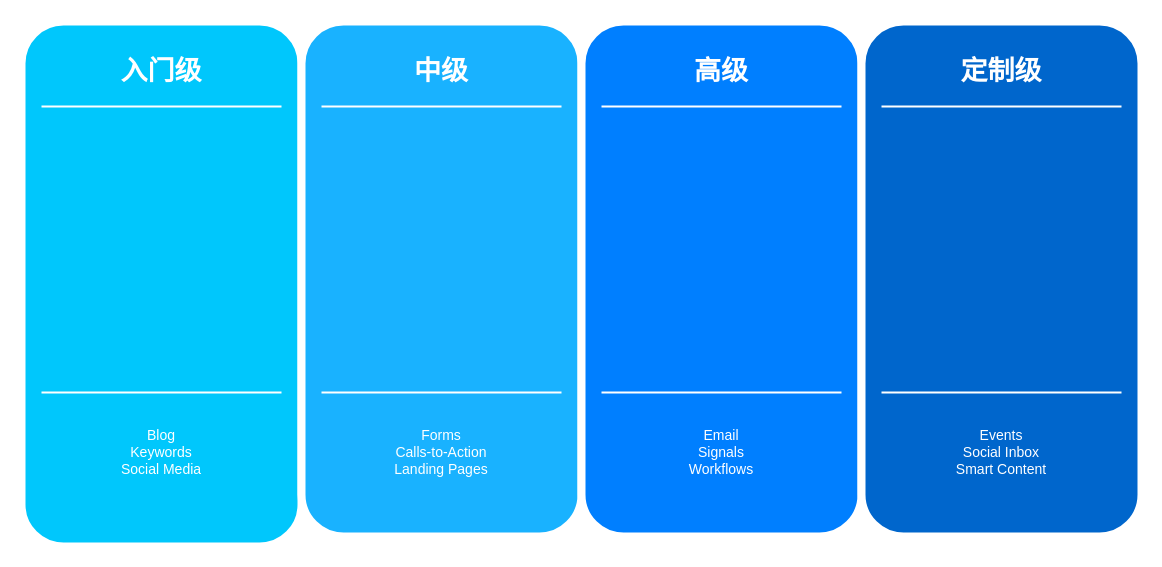
This is 商城架构分级图.drawio from xiaoming728/draw, a draw.io file, before an edit. Source tidied: cells renumbered, new cells numbered last; positions are measured from the earlier drawing's top-left corner, leaving out a move shared by most shapes. Both pictures are drawn from the tidied source at 100%, with x=0, y=0 at pixel (21, 21).
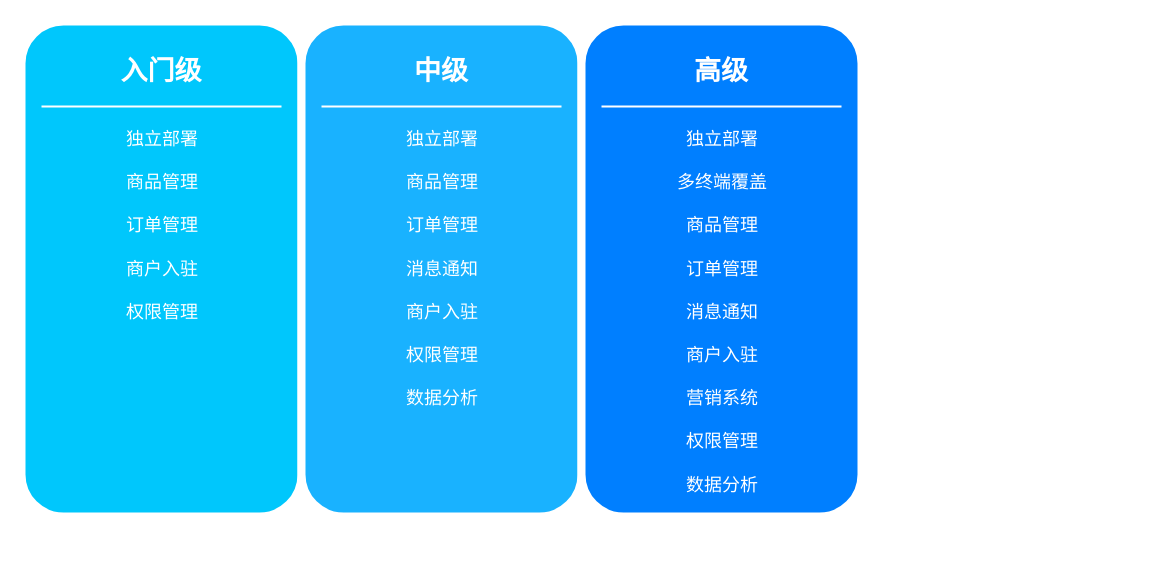
The same diagram, later.

Commit message (it also covers changes not shown here):
更新商城架构分级图.drawio

What changed in the source:
```diff
@@
     <mxCell id="2" style="whiteSpace=wrap;html=1;rounded=1;shadow=0;strokeWidth=8;fontSize=20;align=center;fillColor=#00c7fc;strokeColor=#FFFFFF;" parent="1" vertex="1">
-      <mxGeometry width="280" height="525" as="geometry" />
+      <mxGeometry width="280" height="495" as="geometry" />
     </mxCell>
@@
-    <mxCell id="4" value="Blog&lt;div&gt;Keywords&lt;/div&gt;&lt;div&gt;Social Media&lt;/div&gt;" style="text;html=1;strokeColor=none;fillColor=none;align=center;verticalAlign=middle;whiteSpace=wrap;rounded=0;shadow=0;fontSize=14;fontColor=#FFFFFF;" parent="1" vertex="1">
-      <mxGeometry y="386" width="280" height="90" as="geometry" />
-    </mxCell>
@@
-    <mxCell id="6" style="line;strokeWidth=2;html=1;rounded=0;shadow=0;fontSize=27;align=center;fillColor=none;strokeColor=#FFFFFF;" parent="1" vertex="1">
-      <mxGeometry x="20" y="366" width="240" height="10" as="geometry" />
-    </mxCell>
     <mxCell id="7" style="whiteSpace=wrap;html=1;rounded=1;shadow=0;strokeWidth=8;fontSize=20;align=center;fillColor=#19B2FF;strokeColor=#FFFFFF;" parent="1" vertex="1">
-      <mxGeometry x="280" width="280" height="515" as="geometry" />
+      <mxGeometry x="280" width="280" height="495" as="geometry" />
     </mxCell>
@@
-    <mxCell id="9" value="Forms&lt;div&gt;Calls-to-Action&lt;/div&gt;&lt;div&gt;Landing Pages&lt;/div&gt;" style="text;html=1;strokeColor=none;fillColor=none;align=center;verticalAlign=middle;whiteSpace=wrap;rounded=0;shadow=0;fontSize=14;fontColor=#FFFFFF;" parent="1" vertex="1">
-      <mxGeometry x="280" y="386" width="280" height="90" as="geometry" />
-    </mxCell>
@@
-    <mxCell id="11" style="line;strokeWidth=2;html=1;rounded=0;shadow=0;fontSize=27;align=center;fillColor=none;strokeColor=#FFFFFF;" parent="1" vertex="1">
-      <mxGeometry x="300" y="366" width="240" height="10" as="geometry" />
-    </mxCell>
     <mxCell id="12" style="whiteSpace=wrap;html=1;rounded=1;shadow=0;strokeWidth=8;fontSize=20;align=center;fillColor=#007FFF;strokeColor=#FFFFFF;" parent="1" vertex="1">
-      <mxGeometry x="560" width="280" height="515" as="geometry" />
+      <mxGeometry x="560" width="280" height="495" as="geometry" />
     </mxCell>
@@
-    <mxCell id="14" value="Email&lt;div&gt;Signals&lt;/div&gt;&lt;div&gt;Workflows&lt;/div&gt;" style="text;html=1;strokeColor=none;fillColor=none;align=center;verticalAlign=middle;whiteSpace=wrap;rounded=0;shadow=0;fontSize=14;fontColor=#FFFFFF;" parent="1" vertex="1">
-      <mxGeometry x="560" y="386" width="280" height="90" as="geometry" />
-    </mxCell>
@@
-    <mxCell id="16" style="line;strokeWidth=2;html=1;rounded=0;shadow=0;fontSize=27;align=center;fillColor=none;strokeColor=#FFFFFF;" parent="1" vertex="1">
-      <mxGeometry x="580" y="366" width="240" height="10" as="geometry" />
-    </mxCell>
-    <mxCell id="17" style="whiteSpace=wrap;html=1;rounded=1;shadow=0;strokeWidth=8;fontSize=20;align=center;fillColor=#0066CC;strokeColor=#FFFFFF;" parent="1" vertex="1">
-      <mxGeometry x="840" width="280" height="515" as="geometry" />
-    </mxCell>
-    <mxCell id="18" value="定制级" style="text;html=1;strokeColor=none;fillColor=none;align=center;verticalAlign=middle;whiteSpace=wrap;rounded=0;shadow=0;fontSize=27;fontColor=#FFFFFF;fontStyle=1;" parent="1" vertex="1">
-      <mxGeometry x="840" y="20" width="280" height="60" as="geometry" />
-    </mxCell>
-    <mxCell id="19" value="Events&lt;div&gt;Social Inbox&lt;/div&gt;&lt;div&gt;Smart Content&lt;/div&gt;" style="text;html=1;strokeColor=none;fillColor=none;align=center;verticalAlign=middle;whiteSpace=wrap;rounded=0;shadow=0;fontSize=14;fontColor=#FFFFFF;" parent="1" vertex="1">
-      <mxGeometry x="840" y="386" width="280" height="90" as="geometry" />
-    </mxCell>
-    <mxCell id="20" style="line;strokeWidth=2;html=1;rounded=0;shadow=0;fontSize=27;align=center;fillColor=none;strokeColor=#FFFFFF;" parent="1" vertex="1">
-      <mxGeometry x="860" y="80" width="240" height="10" as="geometry" />
-    </mxCell>
-    <mxCell id="21" style="line;strokeWidth=2;html=1;rounded=0;shadow=0;fontSize=27;align=center;fillColor=none;strokeColor=#FFFFFF;" parent="1" vertex="1">
-      <mxGeometry x="860" y="366" width="240" height="10" as="geometry" />
-    </mxCell>
+    <mxCell id="22" value="独立部署&lt;br style=&quot;border-color: var(--border-color); font-size: 18px;&quot;&gt;&lt;br style=&quot;border-color: var(--border-color); font-size: 18px;&quot;&gt;商品管理&lt;br style=&quot;border-color: var(--border-color); font-size: 18px;&quot;&gt;&lt;br style=&quot;border-color: var(--border-color); font-size: 18px;&quot;&gt;订单管理&lt;br style=&quot;border-color: var(--border-color); font-size: 18px;&quot;&gt;&lt;br style=&quot;border-color: var(--border-color); font-size: 18px;&quot;&gt;商户入驻&lt;br style=&quot;border-color: var(--border-color); font-size: 18px;&quot;&gt;&lt;br style=&quot;border-color: var(--border-color); font-size: 18px;&quot;&gt;权限管理" style="text;html=1;strokeColor=none;fillColor=none;align=center;verticalAlign=top;whiteSpace=wrap;rounded=0;shadow=0;fontSize=18;fontColor=#FFFFFF;" parent="1" vertex="1">
+      <mxGeometry x="1" y="101" width="280" height="295" as="geometry" />
+    </mxCell>
+    <mxCell id="23" value="独立部署&lt;br style=&quot;border-color: var(--border-color); font-size: 18px;&quot;&gt;&lt;br style=&quot;border-color: var(--border-color); font-size: 18px;&quot;&gt;商品管理&lt;br style=&quot;border-color: var(--border-color); font-size: 18px;&quot;&gt;&lt;br style=&quot;border-color: var(--border-color); font-size: 18px;&quot;&gt;订单管理&lt;br style=&quot;border-color: var(--border-color); font-size: 18px;&quot;&gt;&lt;br style=&quot;border-color: var(--border-color); font-size: 18px;&quot;&gt;消息通知&lt;br style=&quot;border-color: var(--border-color); font-size: 18px;&quot;&gt;&lt;br style=&quot;border-color: var(--border-color); font-size: 18px;&quot;&gt;商户入驻&lt;br style=&quot;border-color: var(--border-color); font-size: 18px;&quot;&gt;&lt;br style=&quot;border-color: var(--border-color); font-size: 18px;&quot;&gt;权限管理&lt;br style=&quot;font-size: 18px;&quot;&gt;&lt;br style=&quot;font-size: 18px;&quot;&gt;数据分析" style="text;html=1;strokeColor=none;fillColor=none;align=center;verticalAlign=top;whiteSpace=wrap;rounded=0;shadow=0;fontSize=18;fontColor=#FFFFFF;" parent="1" vertex="1">
+      <mxGeometry x="281" y="101" width="280" height="295" as="geometry" />
+    </mxCell>
+    <mxCell id="24" value="独立部署&lt;br style=&quot;border-color: var(--border-color); font-size: 18px;&quot;&gt;&lt;br style=&quot;border-color: var(--border-color); font-size: 18px;&quot;&gt;多终端覆盖&lt;br style=&quot;border-color: var(--border-color); font-size: 18px;&quot;&gt;&lt;br style=&quot;border-color: var(--border-color); font-size: 18px;&quot;&gt;商品管理&lt;br style=&quot;border-color: var(--border-color); font-size: 18px;&quot;&gt;&lt;br style=&quot;border-color: var(--border-color); font-size: 18px;&quot;&gt;订单管理&lt;br style=&quot;border-color: var(--border-color); font-size: 18px;&quot;&gt;&lt;br style=&quot;border-color: var(--border-color); font-size: 18px;&quot;&gt;消息通知&lt;br style=&quot;border-color: var(--border-color); font-size: 18px;&quot;&gt;&lt;br style=&quot;border-color: var(--border-color); font-size: 18px;&quot;&gt;商户入驻&lt;br style=&quot;border-color: var(--border-color); font-size: 18px;&quot;&gt;&lt;br style=&quot;border-color: var(--border-color); font-size: 18px;&quot;&gt;营销系统&lt;br style=&quot;border-color: var(--border-color); font-size: 18px;&quot;&gt;&lt;br style=&quot;border-color: var(--border-color); font-size: 18px;&quot;&gt;权限管理&lt;br style=&quot;font-size: 18px;&quot;&gt;&lt;br style=&quot;font-size: 18px;&quot;&gt;数据分析" style="text;html=1;strokeColor=none;fillColor=none;align=center;verticalAlign=top;whiteSpace=wrap;rounded=0;shadow=0;fontSize=18;fontColor=#FFFFFF;" parent="1" vertex="1">
+      <mxGeometry x="561" y="101" width="280" height="375" as="geometry" />
+    </mxCell>
```
